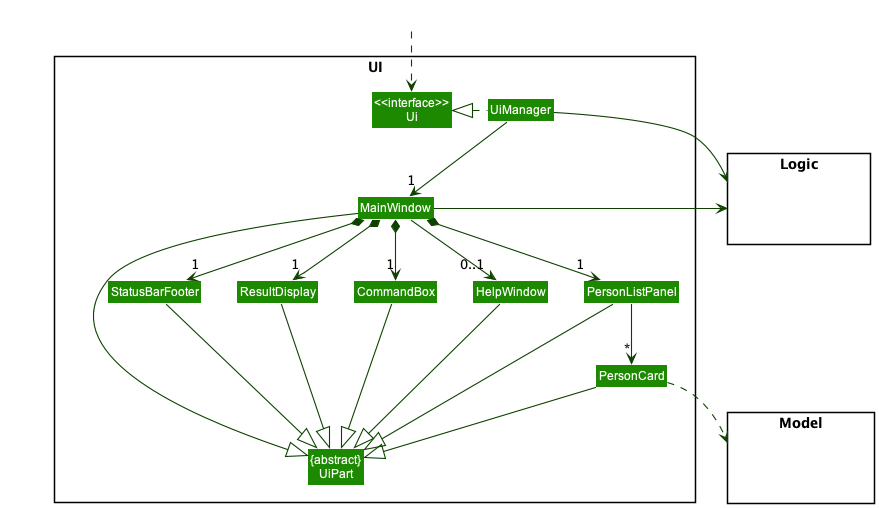
The PlantUML diagram docs/images/UiClassDiagram.png in nus-cs2103-AY2223S1/tp, before a commit.
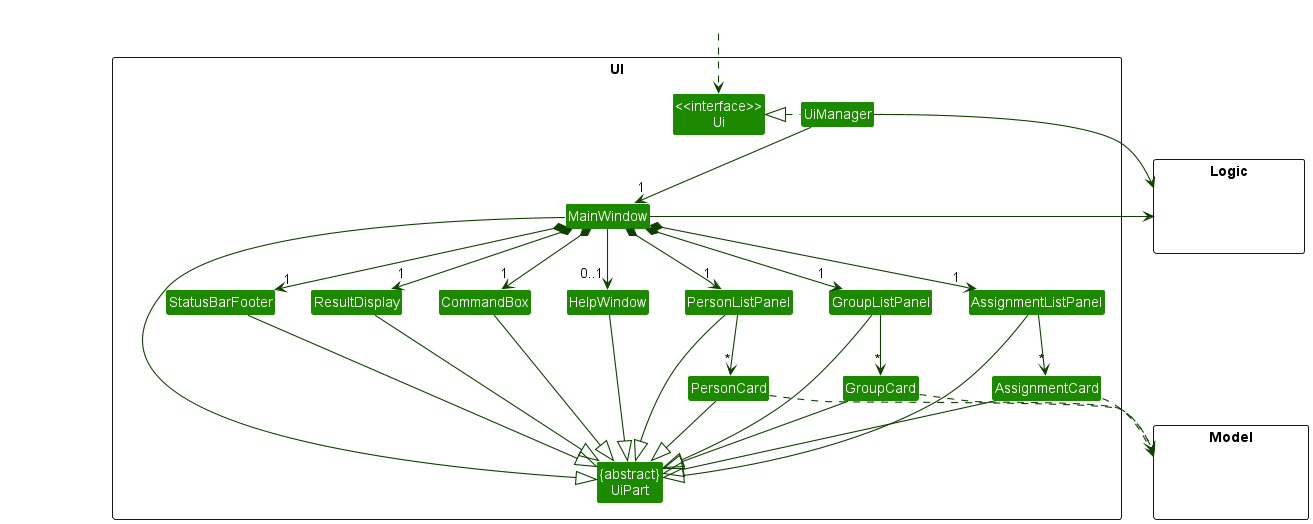
Later version of the same file.

Change to the diagram source:
```diff
@@ -15,6 +15,10 @@
 Class PersonCard
 Class StatusBarFooter
 Class CommandBox
+Class GroupListPanel
+Class GroupCard
+Class AssignmentListPanel
+Class AssignmentCard
 }
 
 package Model <<Rectangle>> {
@@ -33,10 +37,14 @@
 MainWindow *-down->  "1" CommandBox
 MainWindow *-down-> "1" ResultDisplay
 MainWindow *-down-> "1" PersonListPanel
+MainWindow *-down-> "1" GroupListPanel
+MainWindow *-down-> "1" AssignmentListPanel
 MainWindow *-down-> "1" StatusBarFooter
 MainWindow --> "0..1" HelpWindow
 
 PersonListPanel -down-> "*" PersonCard
+GroupListPanel -down-> "*" GroupCard
+AssignmentListPanel -down-> "*" AssignmentCard
 
 MainWindow -left-|> UiPart
 
@@ -44,12 +52,19 @@
 CommandBox --|> UiPart
 PersonListPanel --|> UiPart
 PersonCard --|> UiPart
+GroupListPanel --|> UiPart
+GroupCard --|> UiPart
+AssignmentListPanel --|> UiPart
+AssignmentCard --|> UiPart
 StatusBarFooter --|> UiPart
 HelpWindow --|> UiPart
 
 PersonCard ..> Model
+GroupCard ..> Model
+AssignmentCard ..> Model
 UiManager -right-> Logic
 MainWindow -left-> Logic
+
 
 PersonListPanel -[hidden]left- HelpWindow
 HelpWindow -[hidden]left- CommandBox
```
